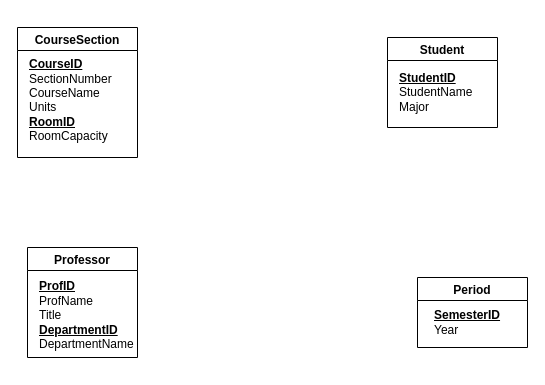
This is Star_schema.drawio from carlota-castro/DataManagement, a draw.io file, before an edit. Source tidied: cells renumbered, new cells numbered last; positions are measured from the earlier drawing's top-left corner, leaving out a move shared by most shapes. Both pictures are drawn from the tidied source at 100%, with x=0, y=0 at pixel (17, 27).
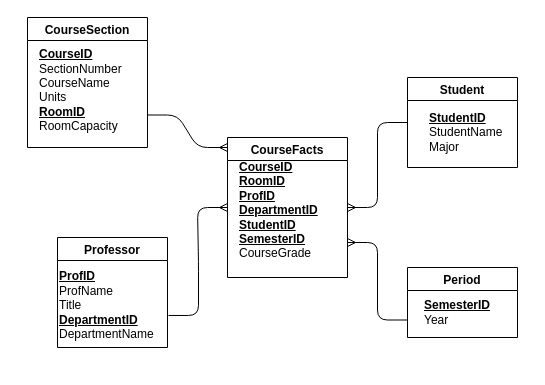
The same page after the edit.

Change to the diagram source:
```diff
@@
 <mxGraphModel>
   <root>
     <mxCell id="0" />
     <mxCell id="1" parent="0" />
     <mxCell id="2" value="CourseSection" style="swimlane;" parent="1" vertex="1">
-      <mxGeometry width="120" height="130" as="geometry" />
+      <mxGeometry x="10" y="-10" width="120" height="130" as="geometry" />
     </mxCell>
     <mxCell id="3" value="&lt;u style=&quot;font-weight: bold&quot;&gt;CourseID&lt;/u&gt;&lt;br&gt;&lt;div&gt;SectionNumber&lt;/div&gt;&lt;div&gt;CourseName&lt;/div&gt;&lt;div&gt;Units&lt;/div&gt;&lt;div&gt;&lt;u&gt;&lt;b&gt;RoomID&lt;/b&gt;&lt;/u&gt;&lt;/div&gt;&lt;div&gt;RoomCapacity&lt;/div&gt;&lt;div&gt;&lt;br&gt;&lt;/div&gt;" style="text;html=1;align=left;verticalAlign=middle;" parent="2" vertex="1">
       <mxGeometry x="10" y="30" width="100" height="100" as="geometry" />
     </mxCell>
     <mxCell id="4" value="Professor" style="swimlane;" parent="1" vertex="1">
-      <mxGeometry x="10" y="220" width="110" height="110" as="geometry" />
+      <mxGeometry x="40" y="210" width="110" height="110" as="geometry" />
     </mxCell>
     <mxCell id="5" value="&lt;u style=&quot;font-weight: bold&quot;&gt;ProfID&lt;/u&gt;&lt;br&gt;&lt;div&gt;ProfName&lt;/div&gt;&lt;div&gt;&lt;span&gt;Title&lt;/span&gt;&lt;/div&gt;&lt;div&gt;&lt;span&gt;&lt;b&gt;&lt;u&gt;DepartmentID&lt;/u&gt;&lt;/b&gt;&lt;/span&gt;&lt;/div&gt;&lt;div&gt;DepartmentName&lt;/div&gt;&lt;div&gt;&lt;br&gt;&lt;/div&gt;" style="text;html=1;align=left;verticalAlign=middle;points=[];" parent="4" vertex="1">
-      <mxGeometry x="10" y="30" width="110" height="90" as="geometry" />
+      <mxGeometry y="30" width="110" height="90" as="geometry" />
     </mxCell>
     <mxCell id="6" value="Student" style="swimlane;" parent="1" vertex="1">
-      <mxGeometry x="370" y="10" width="110" height="90" as="geometry" />
+      <mxGeometry x="390" y="50" width="110" height="90" as="geometry" />
     </mxCell>
     <mxCell id="7" value="&lt;u style=&quot;font-weight: bold&quot;&gt;StudentID&lt;/u&gt;&lt;br&gt;StudentName&lt;br&gt;Major" style="text;html=1;align=left;verticalAlign=middle;" parent="6" vertex="1">
-      <mxGeometry x="10" y="30" width="90" height="50" as="geometry" />
+      <mxGeometry x="20" y="30" width="90" height="50" as="geometry" />
     </mxCell>
     <mxCell id="8" value="Period" style="swimlane;" parent="1" vertex="1">
-      <mxGeometry x="400" y="250" width="110" height="70" as="geometry" />
+      <mxGeometry x="390" y="240" width="110" height="70" as="geometry" />
     </mxCell>
     <mxCell id="9" value="&lt;u style=&quot;font-weight: bold&quot;&gt;SemesterID&lt;/u&gt;&lt;br&gt;Year" style="text;html=1;align=left;verticalAlign=middle;" parent="8" vertex="1">
       <mxGeometry x="15" y="30" width="80" height="30" as="geometry" />
     </mxCell>
+    <mxCell id="10" style="edgeStyle=entityRelationEdgeStyle;fontSize=12;html=1;endArrow=ERmany;entryX=0;entryY=0.5;entryDx=0;entryDy=0;exitX=1.009;exitY=0.533;exitDx=0;exitDy=0;exitPerimeter=0;" parent="1" edge="1" source="5" target="12">
+      <mxGeometry relative="1" as="geometry" />
+    </mxCell>
+    <mxCell id="11" style="edgeStyle=entityRelationEdgeStyle;fontSize=12;html=1;endArrow=ERmany;exitX=1;exitY=0.75;exitDx=0;exitDy=0;" parent="1" edge="1" source="2">
+      <mxGeometry relative="1" as="geometry">
+        <mxPoint x="210" y="120" as="targetPoint" />
+      </mxGeometry>
+    </mxCell>
+    <mxCell id="12" value="CourseFacts" style="swimlane;" parent="1" vertex="1">
+      <mxGeometry x="210" y="110" width="120" height="140" as="geometry" />
+    </mxCell>
+    <mxCell id="13" value="&lt;u style=&quot;font-weight: bold&quot;&gt;CourseID&lt;br&gt;&lt;/u&gt;&lt;div&gt;&lt;u&gt;&lt;b&gt;RoomID&lt;/b&gt;&lt;/u&gt;&lt;/div&gt;&lt;div&gt;&lt;b&gt;&lt;u&gt;ProfID&lt;/u&gt;&lt;/b&gt;&lt;/div&gt;&lt;div&gt;&lt;b&gt;&lt;u&gt;DepartmentID&lt;/u&gt;&lt;/b&gt;&lt;/div&gt;&lt;div&gt;&lt;b&gt;&lt;u&gt;StudentID&lt;/u&gt;&lt;/b&gt;&lt;/div&gt;&lt;div&gt;&lt;b&gt;&lt;u&gt;SemesterID&lt;/u&gt;&lt;/b&gt;&lt;/div&gt;&lt;div&gt;CourseGrade&lt;/div&gt;&lt;div&gt;&lt;br&gt;&lt;/div&gt;" style="text;html=1;align=left;verticalAlign=middle;" parent="12" vertex="1">
+      <mxGeometry x="10" y="20" width="90" height="120" as="geometry" />
+    </mxCell>
+    <mxCell id="14" style="edgeStyle=entityRelationEdgeStyle;fontSize=12;html=1;endArrow=ERmany;exitX=0;exitY=0.75;exitDx=0;exitDy=0;entryX=1;entryY=0.75;entryDx=0;entryDy=0;" parent="1" edge="1" source="8" target="12">
+      <mxGeometry relative="1" as="geometry" />
+    </mxCell>
+    <mxCell id="15" style="edgeStyle=entityRelationEdgeStyle;fontSize=12;html=1;endArrow=ERmany;exitX=0;exitY=0.5;exitDx=0;exitDy=0;entryX=1;entryY=0.5;entryDx=0;entryDy=0;" parent="1" edge="1" source="6" target="12">
+      <mxGeometry relative="1" as="geometry" />
+    </mxCell>
   </root>
 </mxGraphModel>
```
